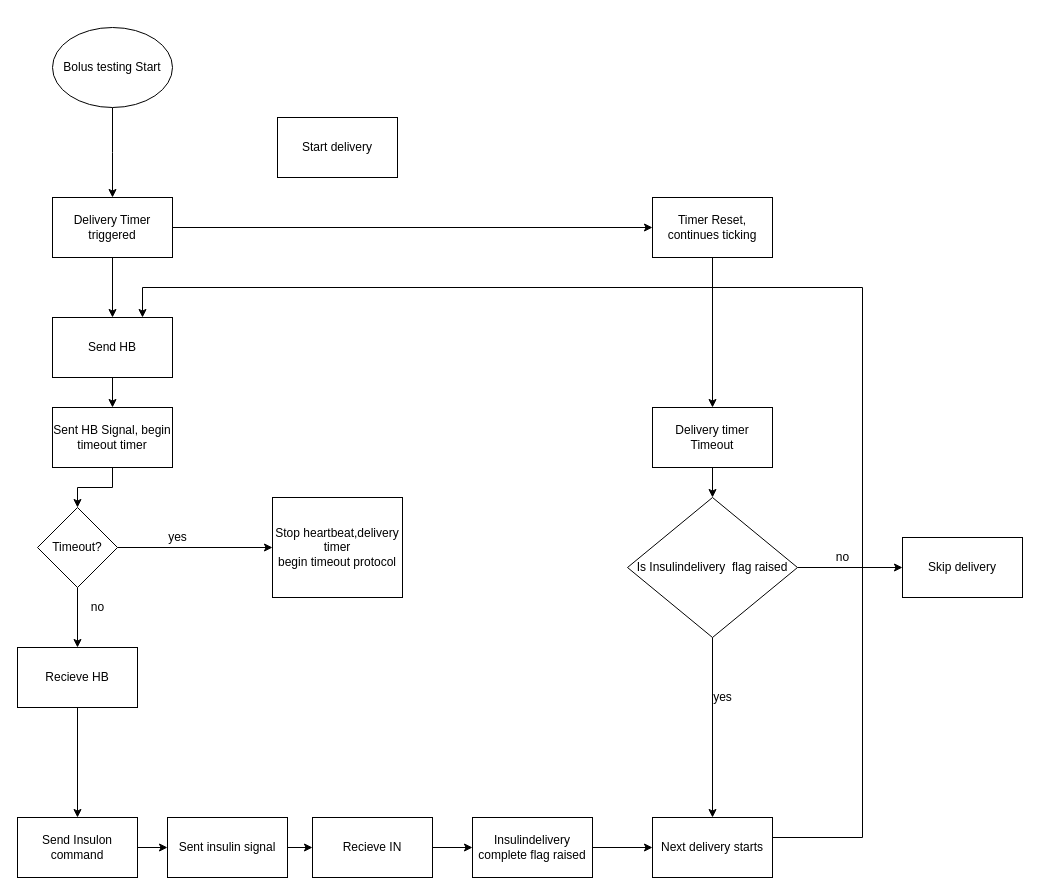
Above: InsulonFlow.drawio in arjun1299/PancreasGUI (draw.io), before the change. Source tidied: cells renumbered, new cells numbered last; positions are measured from the earlier drawing's top-left corner, leaving out a move shared by most shapes. Both pictures are drawn from the tidied source at 100%, with x=0, y=0 at pixel (17, 27).
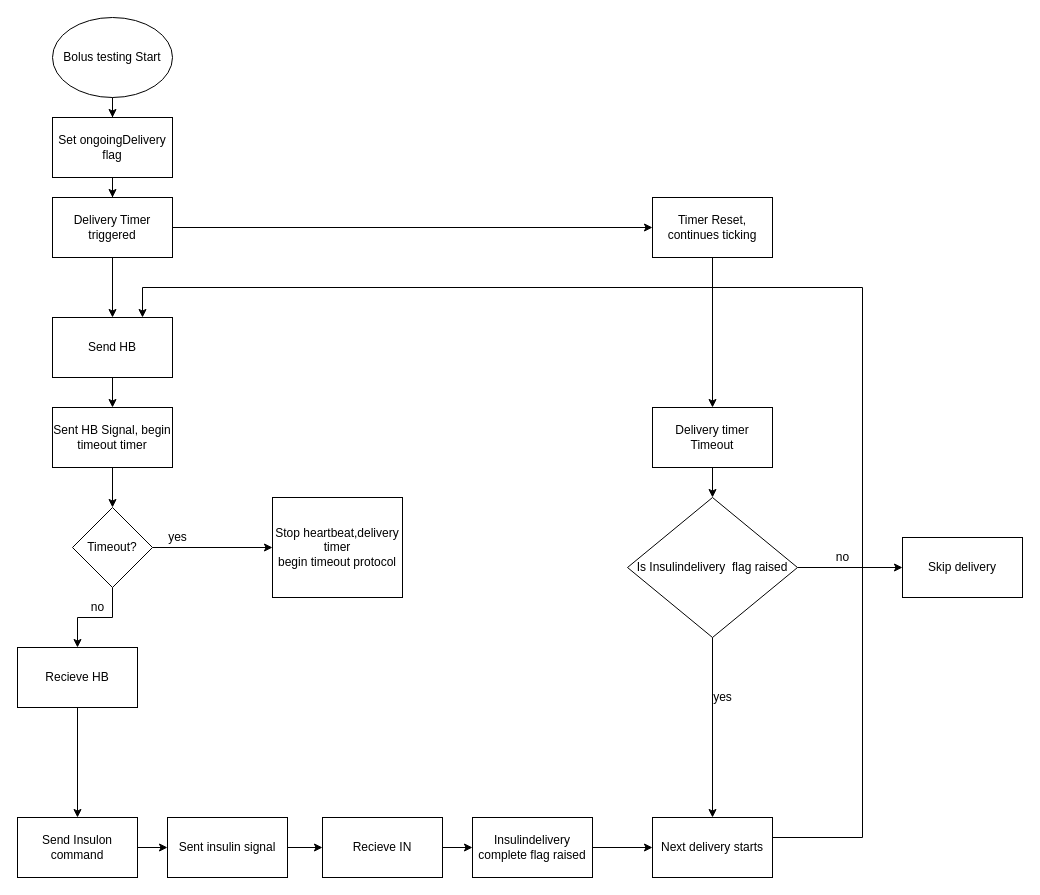
The same page after the edit.

Unchanged cells that the change refers to:
```xml
<mxCell id="6" value="Delivery Timer triggered" style="rounded=0;whiteSpace=wrap;html=1;" parent="1" vertex="1">
  <mxGeometry x="35" y="170" width="120" height="60" as="geometry" />
</mxCell>
```

The edit, as a diff of the source:
```diff
@@
-    <mxCell id="2" style="edgeStyle=orthogonalEdgeStyle;rounded=0;jettySize=auto;html=1;" parent="1" edge="1" source="3">
-      <mxGeometry relative="1" as="geometry">
-        <mxPoint x="95" y="170" as="targetPoint" />
-      </mxGeometry>
-    </mxCell>
+    <mxCell id="40" style="edgeStyle=orthogonalEdgeStyle;rounded=0;jettySize=auto;html=1;" parent="1" edge="1" source="3" target="42">
+      <mxGeometry relative="1" as="geometry" />
+    </mxCell>
     <mxCell id="3" value="Bolus testing Start" style="ellipse;whiteSpace=wrap;html=1;" parent="1" vertex="1">
-      <mxGeometry x="35" width="120" height="80" as="geometry" />
+      <mxGeometry x="35" y="-10" width="120" height="80" as="geometry" />
     </mxCell>
@@
     <mxCell id="17" value="Timeout?" style="rhombus;whiteSpace=wrap;html=1;" parent="1" vertex="1">
-      <mxGeometry x="20" y="480" width="80" height="80" as="geometry" />
+      <mxGeometry x="55" y="480" width="80" height="80" as="geometry" />
     </mxCell>
@@
     <mxCell id="22" value="Recieve IN" style="whiteSpace=wrap;html=1;" parent="1" vertex="1">
-      <mxGeometry x="295" y="790" width="120" height="60" as="geometry" />
+      <mxGeometry x="305" y="790" width="120" height="60" as="geometry" />
     </mxCell>
@@
-    <mxCell id="39" value="Start delivery" style="rounded=0;whiteSpace=wrap;html=1;" parent="1" vertex="1">
-      <mxGeometry x="260" y="90" width="120" height="60" as="geometry" />
-    </mxCell>
+    <mxCell id="41" style="edgeStyle=orthogonalEdgeStyle;rounded=0;jettySize=auto;html=1;" parent="1" edge="1" source="42" target="6">
+      <mxGeometry relative="1" as="geometry" />
+    </mxCell>
+    <mxCell id="42" value="&lt;div&gt;Set ongoingDelivery flag&lt;/div&gt;" style="rounded=0;whiteSpace=wrap;html=1;" parent="1" vertex="1">
+      <mxGeometry x="35" y="90" width="120" height="60" as="geometry" />
+    </mxCell>
```
